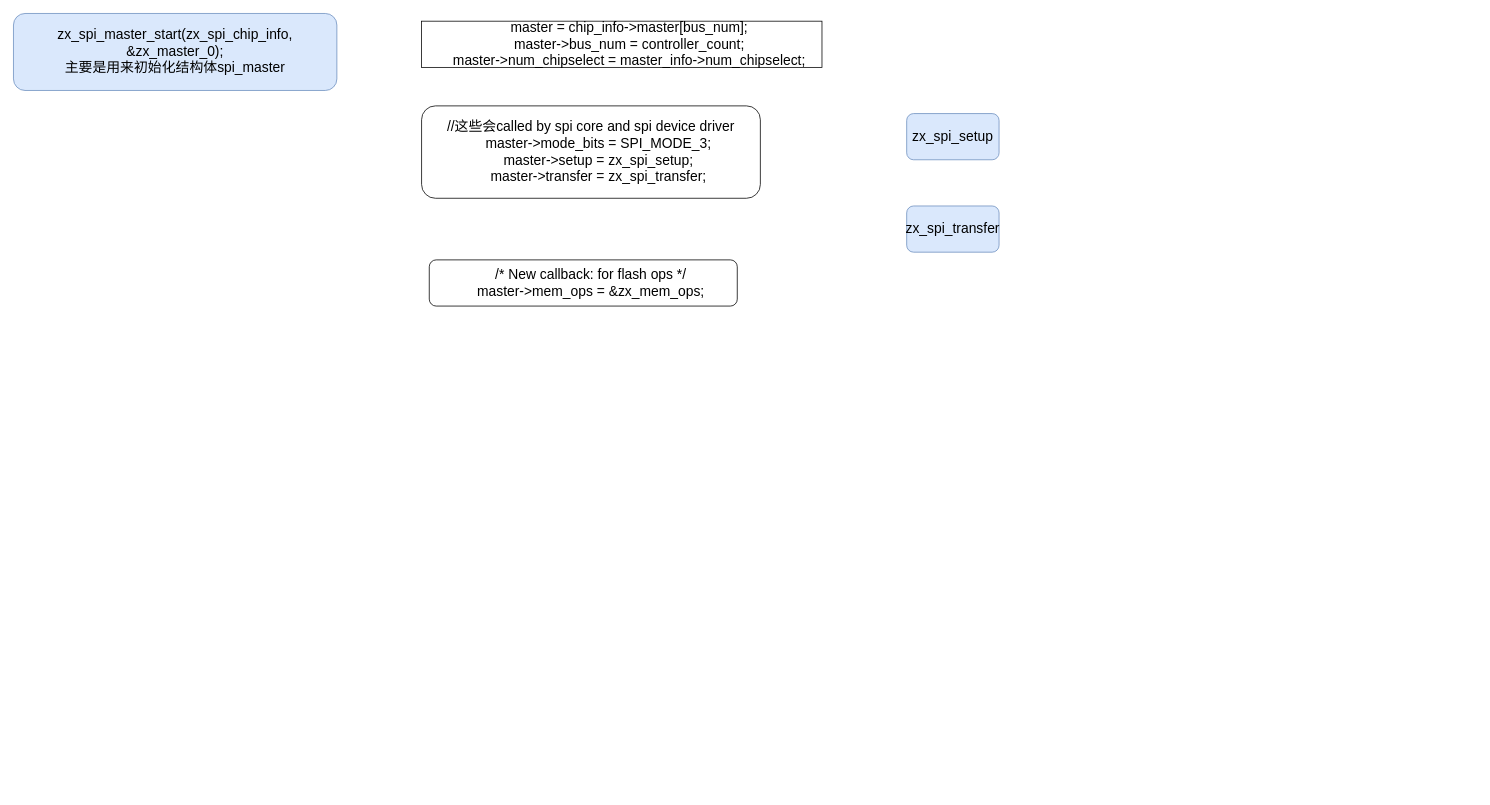
The draw.io diagram page "spi_master_start" (2 of 2) of spi_probe.drawio in AidenHZZ/gitlearn, before the edit. Source tidied: cells renumbered, new cells numbered last; positions are measured from the earlier drawing's top-left corner, leaving out a move shared by most shapes. Both pictures are drawn from the tidied source at 77%, with x=0, y=0 at pixel (13, 13).
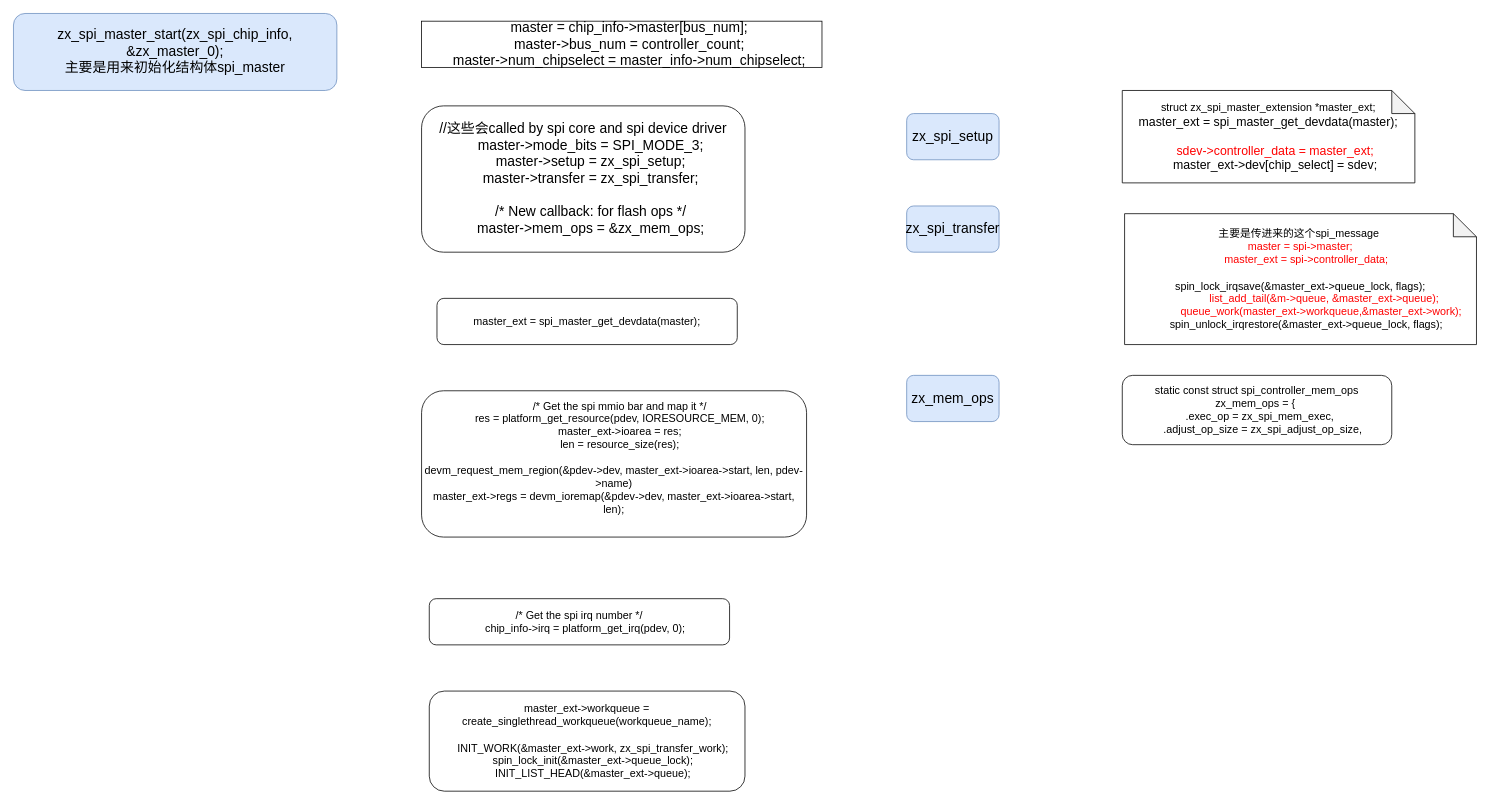
The same diagram, later.

What changed in the source:
```diff
@@
 <mxGraphModel>
   <root>
     <mxCell id="0" />
     <mxCell id="1" parent="0" />
     <mxCell id="2" value="&lt;div&gt;zx_spi_master_start(zx_spi_chip_info, &amp;amp;zx_master_0);&lt;/div&gt;&lt;div&gt;主要是用来初始化结构体spi_master&lt;br&gt;&lt;/div&gt;" style="rounded=1;whiteSpace=wrap;html=1;fontSize=18;fillColor=#dae8fc;strokeColor=#6c8ebf;" parent="1" vertex="1">
       <mxGeometry width="420" height="100" as="geometry" />
     </mxCell>
     <mxCell id="3" value="&amp;nbsp;&amp;nbsp;&amp;nbsp; master = chip_info-&amp;gt;master[bus_num];&lt;br&gt;&amp;nbsp;&amp;nbsp;&amp;nbsp; master-&amp;gt;bus_num = controller_count; &lt;br&gt;&amp;nbsp;&amp;nbsp;&amp;nbsp; master-&amp;gt;num_chipselect = master_info-&amp;gt;num_chipselect;" style="rounded=0;whiteSpace=wrap;html=1;fontSize=18;" parent="1" vertex="1">
       <mxGeometry x="530" y="10" width="520" height="60" as="geometry" />
     </mxCell>
-    <mxCell id="4" value="&lt;div&gt;//这些会called by spi core and spi device driver&lt;/div&gt;&amp;nbsp;&amp;nbsp;&amp;nbsp; master-&amp;gt;mode_bits = SPI_MODE_3;&lt;br&gt;&amp;nbsp;&amp;nbsp;&amp;nbsp; master-&amp;gt;setup = zx_spi_setup;&lt;br&gt;&amp;nbsp;&amp;nbsp;&amp;nbsp; master-&amp;gt;transfer = zx_spi_transfer;" style="rounded=1;whiteSpace=wrap;html=1;fontSize=18;" parent="1" vertex="1">
-      <mxGeometry x="530" y="120" width="440" height="120" as="geometry" />
+    <mxCell id="4" value="&lt;div&gt;//这些会called by spi core and spi device driver&lt;/div&gt;&amp;nbsp;&amp;nbsp;&amp;nbsp; master-&amp;gt;mode_bits = SPI_MODE_3;&lt;br&gt;&amp;nbsp;&amp;nbsp;&amp;nbsp; master-&amp;gt;setup = zx_spi_setup;&lt;br&gt;&lt;div&gt;&amp;nbsp;&amp;nbsp;&amp;nbsp; master-&amp;gt;transfer = zx_spi_transfer;&lt;/div&gt;&lt;div&gt;&lt;br&gt;&lt;/div&gt;&lt;div&gt;&amp;nbsp;&amp;nbsp;&amp;nbsp; /* New callback: for flash ops */&lt;br&gt;&amp;nbsp;&amp;nbsp; &amp;nbsp;master-&amp;gt;mem_ops = &amp;amp;zx_mem_ops;&lt;/div&gt;" style="rounded=1;whiteSpace=wrap;html=1;fontSize=18;" parent="1" vertex="1">
+      <mxGeometry x="530" y="120" width="420" height="190" as="geometry" />
     </mxCell>
     <mxCell id="5" value="zx_spi_setup" style="rounded=1;whiteSpace=wrap;html=1;fontSize=18;fillColor=#dae8fc;strokeColor=#6c8ebf;" parent="1" vertex="1">
       <mxGeometry x="1160" y="130" width="120" height="60" as="geometry" />
     </mxCell>
     <mxCell id="6" value="zx_spi_transfer" style="rounded=1;whiteSpace=wrap;html=1;fontSize=18;fillColor=#dae8fc;strokeColor=#6c8ebf;" parent="1" vertex="1">
       <mxGeometry x="1160" y="250" width="120" height="60" as="geometry" />
     </mxCell>
-    <mxCell id="7" value="&amp;nbsp;&amp;nbsp;&amp;nbsp; /* New callback: for flash ops */&lt;br&gt;&amp;nbsp;&amp;nbsp; &amp;nbsp;master-&amp;gt;mem_ops = &amp;amp;zx_mem_ops;" style="rounded=1;whiteSpace=wrap;html=1;fontSize=18;" parent="1" vertex="1">
-      <mxGeometry x="540" y="320" width="400" height="60" as="geometry" />
-    </mxCell>
+    <mxCell id="8" value="&lt;div&gt;&lt;font style=&quot;font-size: 14px;&quot;&gt;&amp;nbsp; struct zx_spi_master_extension *master_ext;&amp;nbsp;&amp;nbsp; &lt;br&gt;&lt;/font&gt;&lt;/div&gt;&lt;div&gt;&lt;font size=&quot;3&quot;&gt; master_ext = spi_master_get_devdata(master);&lt;br&gt;&lt;br&gt;&lt;/font&gt;&lt;/div&gt;&lt;font size=&quot;3&quot;&gt;&amp;nbsp;&amp;nbsp;&amp;nbsp; &lt;font color=&quot;#ff0000&quot;&gt;sdev-&amp;gt;controller_data = master_ext;&lt;/font&gt;&lt;br&gt;&amp;nbsp;&amp;nbsp;&amp;nbsp; master_ext-&amp;gt;dev[chip_select] = sdev;&lt;/font&gt;" style="shape=note;whiteSpace=wrap;html=1;backgroundOutline=1;darkOpacity=0.05;" parent="1" vertex="1">
+      <mxGeometry x="1440" y="100" width="380" height="120" as="geometry" />
+    </mxCell>
+    <mxCell id="9" value="&lt;div&gt;主要是传进来的这个spi_message&amp;nbsp; &lt;br&gt;&lt;/div&gt;&lt;div&gt; &lt;font color=&quot;#ff0000&quot;&gt;master = spi-&amp;gt;master;&lt;/font&gt;&lt;br&gt;&lt;font color=&quot;#ff0000&quot;&gt;&amp;nbsp;&amp;nbsp;&amp;nbsp; master_ext = spi-&amp;gt;controller_data;&lt;/font&gt;&lt;/div&gt;&lt;div&gt;&lt;font color=&quot;#ff0000&quot;&gt;&lt;br&gt;&lt;/font&gt;&lt;/div&gt;&lt;div&gt;&lt;font color=&quot;#ff0000&quot;&gt;&lt;font color=&quot;#000000&quot;&gt;spin_lock_irqsave(&amp;amp;master_ext-&amp;gt;queue_lock, flags);&lt;/font&gt;&lt;br&gt;&amp;nbsp;&amp;nbsp; &amp;nbsp;&amp;nbsp;&amp;nbsp;&amp;nbsp;&amp;nbsp;&amp;nbsp;&amp;nbsp;&amp;nbsp;&amp;nbsp;&amp;nbsp;&amp;nbsp;&amp;nbsp;&amp;nbsp;&amp;nbsp;&amp;nbsp;&amp;nbsp;&amp;nbsp;&amp;nbsp; list_add_tail(&amp;amp;m-&amp;gt;queue, &amp;amp;master_ext-&amp;gt;queue);&amp;nbsp;&amp;nbsp; &amp;nbsp;&amp;nbsp;&amp;nbsp; &lt;span style=&quot;white-space: pre;&quot;&gt;         &lt;/span&gt;&lt;span style=&quot;white-space: pre;&quot;&gt;&lt;/span&gt;&amp;nbsp;&amp;nbsp;&amp;nbsp;&amp;nbsp; queue_work(master_ext-&amp;gt;workqueue,&amp;amp;master_ext-&amp;gt;work);&lt;br&gt;&lt;font color=&quot;#000000&quot;&gt;&amp;nbsp;&amp;nbsp;&amp;nbsp; spin_unlock_irqrestore(&amp;amp;master_ext-&amp;gt;queue_lock, flags);&lt;/font&gt;&lt;br&gt;&lt;/font&gt;&lt;/div&gt;" style="shape=note;whiteSpace=wrap;html=1;backgroundOutline=1;darkOpacity=0.05;fontSize=14;" parent="1" vertex="1">
+      <mxGeometry x="1443" y="260" width="457" height="170" as="geometry" />
+    </mxCell>
+    <mxCell id="10" value="zx_mem_ops" style="rounded=1;whiteSpace=wrap;html=1;fontSize=18;fillColor=#dae8fc;strokeColor=#6c8ebf;" parent="1" vertex="1">
+      <mxGeometry x="1160" y="470" width="120" height="60" as="geometry" />
+    </mxCell>
+    <mxCell id="11" value="&lt;div&gt;static const struct spi_controller_mem_ops zx_mem_ops = {&amp;nbsp; &lt;br&gt;&lt;/div&gt;&lt;div&gt;&amp;nbsp; .exec_op = zx_spi_mem_exec,&lt;/div&gt;&amp;nbsp;&amp;nbsp; &amp;nbsp;.adjust_op_size = zx_spi_adjust_op_size," style="rounded=1;whiteSpace=wrap;html=1;fontSize=14;fontColor=#000000;" parent="1" vertex="1">
+      <mxGeometry x="1440" y="470" width="350" height="90" as="geometry" />
+    </mxCell>
+    <mxCell id="12" value="master_ext = spi_master_get_devdata(master);" style="rounded=1;whiteSpace=wrap;html=1;fontSize=14;fontColor=#000000;" parent="1" vertex="1">
+      <mxGeometry x="550" y="370" width="390" height="60" as="geometry" />
+    </mxCell>
+    <mxCell id="13" value="&amp;nbsp;&amp;nbsp;&amp;nbsp; /* Get the spi mmio bar and map it */&lt;br&gt;&lt;div&gt;&amp;nbsp;&amp;nbsp;&amp;nbsp; res = platform_get_resource(pdev, IORESOURCE_MEM, 0);&lt;/div&gt;&lt;div&gt;&amp;nbsp;&amp;nbsp;&amp;nbsp; master_ext-&amp;gt;ioarea = res;&lt;br&gt;&amp;nbsp;&amp;nbsp;&amp;nbsp; len = resource_size(res);&lt;/div&gt;&lt;div&gt;&lt;br&gt;&lt;/div&gt;&lt;div&gt;devm_request_mem_region(&amp;amp;pdev-&amp;gt;dev, master_ext-&amp;gt;ioarea-&amp;gt;start, len, pdev-&amp;gt;name)&lt;/div&gt;&lt;div&gt;master_ext-&amp;gt;regs = devm_ioremap(&amp;amp;pdev-&amp;gt;dev, master_ext-&amp;gt;ioarea-&amp;gt;start, len);&lt;br&gt;&lt;/div&gt;&lt;div&gt;&lt;br&gt;&lt;/div&gt;" style="rounded=1;whiteSpace=wrap;html=1;fontSize=14;fontColor=#000000;" parent="1" vertex="1">
+      <mxGeometry x="530" y="490" width="500" height="190" as="geometry" />
+    </mxCell>
+    <mxCell id="14" value="/* Get the spi irq number */&#10;    chip_info-&gt;irq = platform_get_irq(pdev, 0);" style="rounded=1;whiteSpace=wrap;html=1;fontSize=14;fontColor=#000000;" parent="1" vertex="1">
+      <mxGeometry x="540" y="760" width="390" height="60" as="geometry" />
+    </mxCell>
+    <mxCell id="15" value="&lt;div&gt;master_ext-&amp;gt;workqueue = create_singlethread_workqueue(workqueue_name);&lt;/div&gt;&lt;div&gt;&lt;br&gt;&lt;/div&gt;&lt;div&gt;&amp;nbsp;&amp;nbsp;&amp;nbsp; INIT_WORK(&amp;amp;master_ext-&amp;gt;work, zx_spi_transfer_work);&lt;br&gt;&amp;nbsp;&amp;nbsp;&amp;nbsp; spin_lock_init(&amp;amp;master_ext-&amp;gt;queue_lock);&lt;br&gt;&amp;nbsp;&amp;nbsp;&amp;nbsp; INIT_LIST_HEAD(&amp;amp;master_ext-&amp;gt;queue);&lt;br&gt;&lt;/div&gt;" style="rounded=1;whiteSpace=wrap;html=1;fontSize=14;fontColor=#000000;" parent="1" vertex="1">
+      <mxGeometry x="540" y="880" width="410" height="130" as="geometry" />
+    </mxCell>
   </root>
 </mxGraphModel>
```
